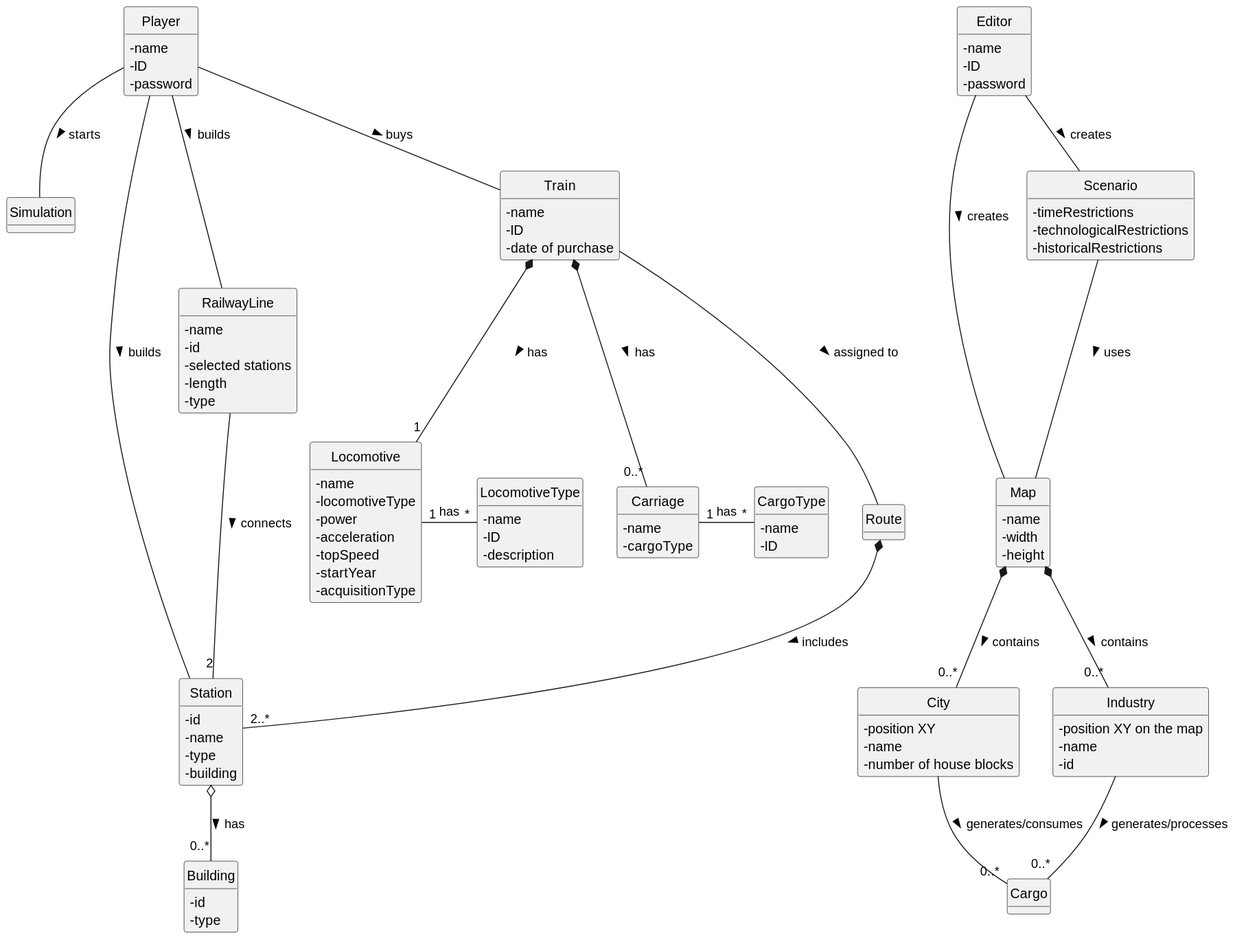
This is docs/sprint1/global-artifacts/02.analysis/svg/project-domain-model.svg from ivasduarte/all-aboard, a PlantUML export, as it was before one commit.
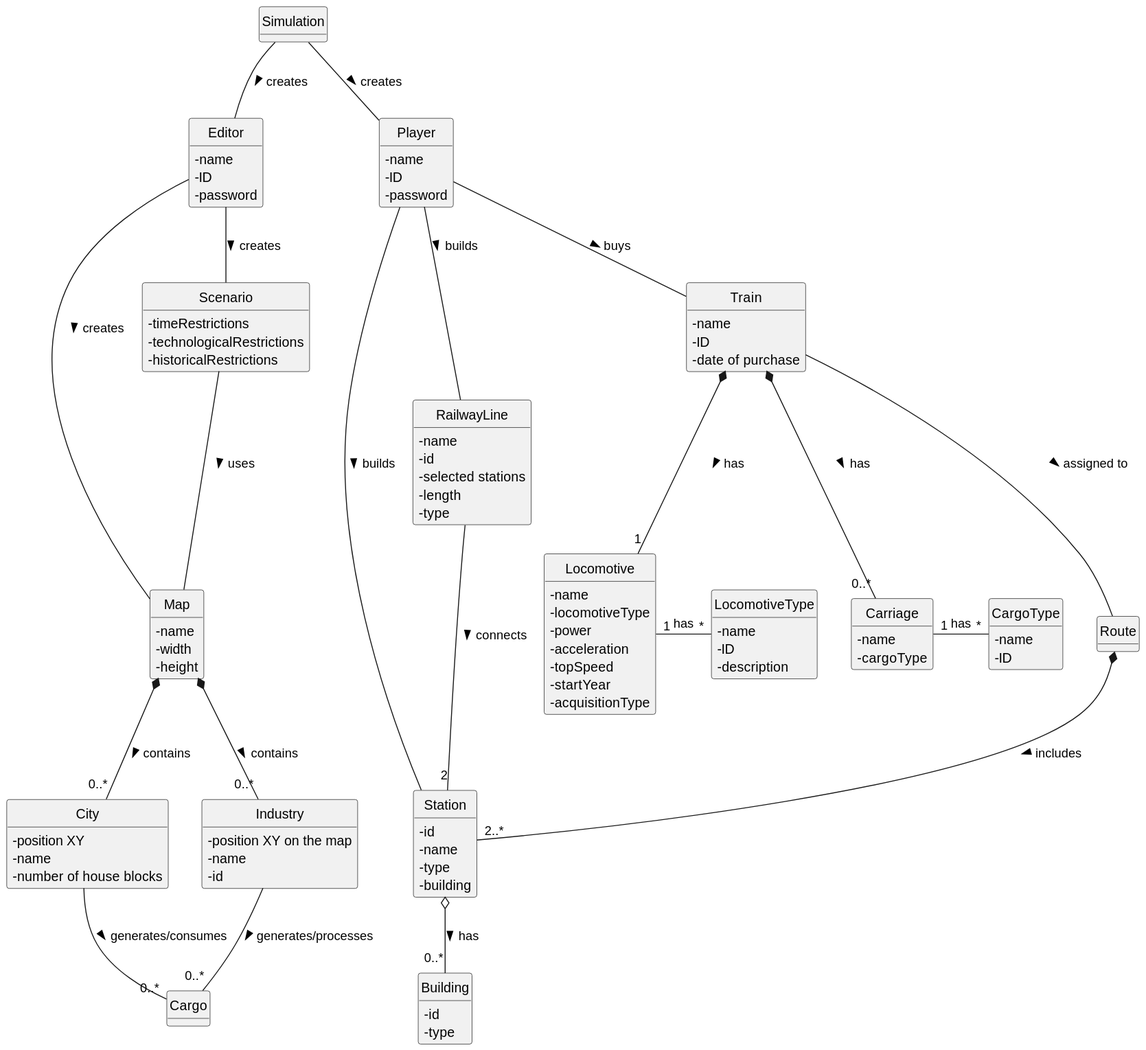
The same diagram one commit later.

Commit message:
(docs): corrected project domain model

The edit, as a diff of the source:
```diff
@@ -117,7 +117,8 @@
 Player -- RailwayLine : builds >
 Player -- Train : buys >
 
-Player -- Simulation: starts >
+Simulation -- Player: creates >
+Simulation -- Editor: creates >
 
 Train *-- "1" Locomotive : has >
 Locomotive "1" - "*" LocomotiveType : has
```
